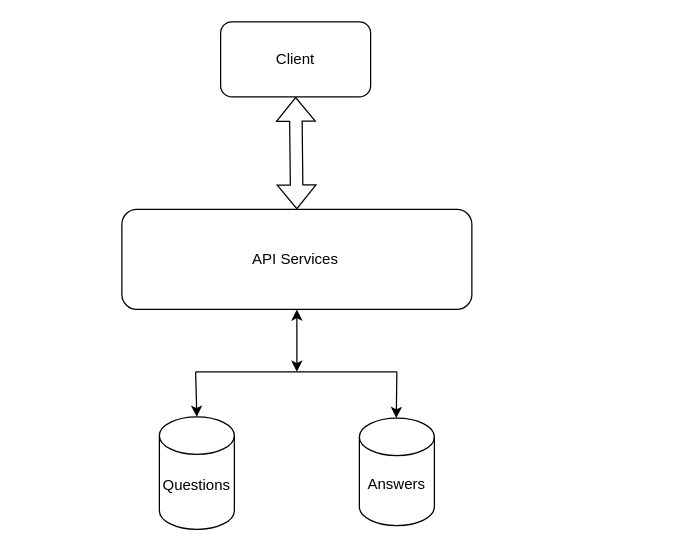
Earlier version of the draw.io diagram CollabaraShare.drawio (RanjithAruchamy/CollabaraShare). Source tidied: cells renumbered, new cells numbered last; positions are measured from the earlier drawing's top-left corner, leaving out a move shared by most shapes. Both pictures are drawn from the tidied source at 125%, with x=0, y=0 at pixel (121, 21).
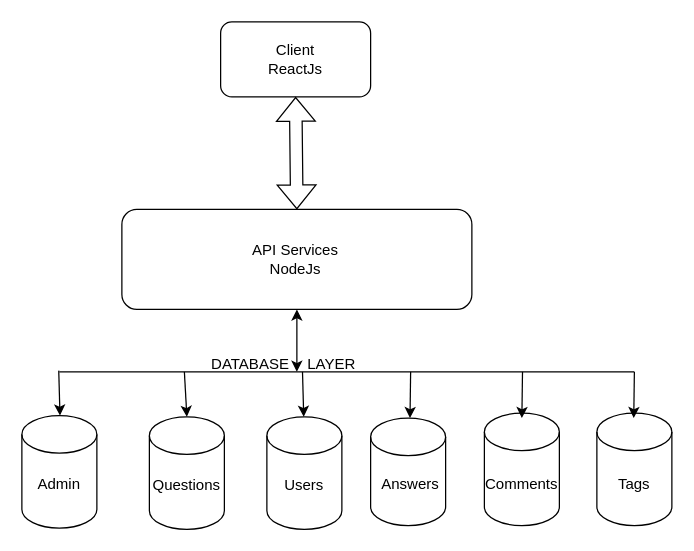
Above is the later version.

The edit, as a diff of the source:
```diff
@@
     <mxCell id="2" style="shape=cylinder3;whiteSpace=wrap;html=1;boundedLbl=1;backgroundOutline=1;size=15;" parent="1" vertex="1">
-      <mxGeometry x="30" y="316" width="60" height="90" as="geometry" />
+      <mxGeometry x="22" y="316" width="60" height="90" as="geometry" />
     </mxCell>
     <mxCell id="3" value="Questions" style="text;html=1;strokeColor=none;fillColor=none;align=center;verticalAlign=middle;whiteSpace=wrap;rounded=0;" parent="1" vertex="1">
-      <mxGeometry x="30" y="356" width="60" height="30" as="geometry" />
+      <mxGeometry x="22" y="356" width="60" height="30" as="geometry" />
     </mxCell>
     <mxCell id="4" style="shape=cylinder3;whiteSpace=wrap;html=1;boundedLbl=1;backgroundOutline=1;size=15;" parent="1" vertex="1">
-      <mxGeometry x="190" y="317" width="60" height="86" as="geometry" />
+      <mxGeometry x="199" y="317" width="60" height="86" as="geometry" />
     </mxCell>
     <mxCell id="5" value="Answers" style="text;html=1;strokeColor=none;fillColor=none;align=center;verticalAlign=middle;whiteSpace=wrap;rounded=0;" parent="1" vertex="1">
-      <mxGeometry x="190" y="355" width="60" height="30" as="geometry" />
+      <mxGeometry x="201" y="355" width="60" height="30" as="geometry" />
     </mxCell>
@@
-    <mxCell id="7" value="API Services" style="text;html=1;strokeColor=none;fillColor=none;align=center;verticalAlign=middle;whiteSpace=wrap;rounded=0;" parent="1" vertex="1">
+    <mxCell id="7" value="API Services&lt;br&gt;NodeJs" style="text;html=1;strokeColor=none;fillColor=none;align=center;verticalAlign=middle;whiteSpace=wrap;rounded=0;" parent="1" vertex="1">
       <mxGeometry x="69" y="175" width="140" height="30" as="geometry" />
     </mxCell>
@@
-    <mxCell id="9" value="Client" style="text;html=1;strokeColor=none;fillColor=none;align=center;verticalAlign=middle;whiteSpace=wrap;rounded=0;" parent="1" vertex="1">
+    <mxCell id="9" value="Client&lt;br&gt;ReactJs" style="text;html=1;strokeColor=none;fillColor=none;align=center;verticalAlign=middle;whiteSpace=wrap;rounded=0;" parent="1" vertex="1">
       <mxGeometry x="109" y="15" width="60" height="30" as="geometry" />
     </mxCell>
@@
     <mxCell id="11" style="endArrow=none;html=1;rounded=0;" parent="1" edge="1">
       <mxGeometry relative="1" as="geometry">
-        <mxPoint x="59" y="280" as="sourcePoint" />
-        <mxPoint x="220" y="280" as="targetPoint" />
+        <mxPoint x="-50" y="280" as="sourcePoint" />
+        <mxPoint x="410" y="280" as="targetPoint" />
       </mxGeometry>
     </mxCell>
     <mxCell id="12" style="endArrow=classic;html=1;rounded=0;entryX=0.5;entryY=0;entryDx=0;entryDy=0;entryPerimeter=0;" parent="1" edge="1" target="2">
       <mxGeometry relative="1" as="geometry">
-        <mxPoint x="59" y="280" as="sourcePoint" />
+        <mxPoint x="50" y="280" as="sourcePoint" />
       </mxGeometry>
     </mxCell>
     <mxCell id="13" style="endArrow=classic;html=1;rounded=0;entryX=0.5;entryY=0;entryDx=0;entryDy=0;entryPerimeter=0;" parent="1" edge="1">
       <mxGeometry relative="1" as="geometry">
-        <mxPoint x="220" y="280" as="sourcePoint" />
-        <mxPoint x="219.5" y="317" as="targetPoint" />
+        <mxPoint x="231" y="280" as="sourcePoint" />
+        <mxPoint x="230.5" y="317" as="targetPoint" />
       </mxGeometry>
     </mxCell>
@@
+    <mxCell id="15" style="shape=cylinder3;whiteSpace=wrap;html=1;boundedLbl=1;backgroundOutline=1;size=15;" parent="1" vertex="1">
+      <mxGeometry x="116" y="316" width="60" height="90" as="geometry" />
+    </mxCell>
+    <mxCell id="16" style="shape=cylinder3;whiteSpace=wrap;html=1;boundedLbl=1;backgroundOutline=1;size=15;" parent="1" vertex="1">
+      <mxGeometry x="-80" y="315" width="60" height="90" as="geometry" />
+    </mxCell>
+    <mxCell id="17" style="shape=cylinder3;whiteSpace=wrap;html=1;boundedLbl=1;backgroundOutline=1;size=15;" parent="1" vertex="1">
+      <mxGeometry x="380" y="313" width="60" height="90" as="geometry" />
+    </mxCell>
+    <mxCell id="18" style="shape=cylinder3;whiteSpace=wrap;html=1;boundedLbl=1;backgroundOutline=1;size=15;" parent="1" vertex="1">
+      <mxGeometry x="290" y="313" width="60" height="90" as="geometry" />
+    </mxCell>
+    <mxCell id="19" style="endArrow=classic;html=1;rounded=0;entryX=0.5;entryY=0;entryDx=0;entryDy=0;entryPerimeter=0;" parent="1" edge="1">
+      <mxGeometry relative="1" as="geometry">
+        <mxPoint x="410" y="280" as="sourcePoint" />
+        <mxPoint x="409.5" y="317" as="targetPoint" />
+      </mxGeometry>
+    </mxCell>
+    <mxCell id="20" style="endArrow=classic;html=1;rounded=0;entryX=0.5;entryY=0;entryDx=0;entryDy=0;entryPerimeter=0;" parent="1" edge="1">
+      <mxGeometry relative="1" as="geometry">
+        <mxPoint x="320.5" y="280" as="sourcePoint" />
+        <mxPoint x="320" y="317" as="targetPoint" />
+      </mxGeometry>
+    </mxCell>
+    <mxCell id="21" style="endArrow=classic;html=1;rounded=0;entryX=0.5;entryY=0;entryDx=0;entryDy=0;entryPerimeter=0;" parent="1" edge="1">
+      <mxGeometry relative="1" as="geometry">
+        <mxPoint x="144.5" y="280" as="sourcePoint" />
+        <mxPoint x="145.5" y="316" as="targetPoint" />
+      </mxGeometry>
+    </mxCell>
+    <mxCell id="22" style="endArrow=classic;html=1;rounded=0;entryX=0.5;entryY=0;entryDx=0;entryDy=0;entryPerimeter=0;" parent="1" edge="1">
+      <mxGeometry relative="1" as="geometry">
+        <mxPoint x="-50.5" y="279" as="sourcePoint" />
+        <mxPoint x="-49.5" y="315" as="targetPoint" />
+      </mxGeometry>
+    </mxCell>
+    <mxCell id="23" value="Admin" style="text;html=1;strokeColor=none;fillColor=none;align=center;verticalAlign=middle;whiteSpace=wrap;rounded=0;" parent="1" vertex="1">
+      <mxGeometry x="-80" y="355" width="60" height="30" as="geometry" />
+    </mxCell>
+    <mxCell id="24" value="Users" style="text;html=1;strokeColor=none;fillColor=none;align=center;verticalAlign=middle;whiteSpace=wrap;rounded=0;" parent="1" vertex="1">
+      <mxGeometry x="116" y="356" width="60" height="30" as="geometry" />
+    </mxCell>
+    <mxCell id="25" value="Comments" style="text;html=1;strokeColor=none;fillColor=none;align=center;verticalAlign=middle;whiteSpace=wrap;rounded=0;" parent="1" vertex="1">
+      <mxGeometry x="290" y="355" width="60" height="30" as="geometry" />
+    </mxCell>
+    <mxCell id="26" value="Tags" style="text;html=1;strokeColor=none;fillColor=none;align=center;verticalAlign=middle;whiteSpace=wrap;rounded=0;" parent="1" vertex="1">
+      <mxGeometry x="380" y="355" width="60" height="30" as="geometry" />
+    </mxCell>
+    <mxCell id="27" value="DATABASE" style="text;html=1;strokeColor=none;fillColor=none;align=center;verticalAlign=middle;whiteSpace=wrap;rounded=0;" parent="1" vertex="1">
+      <mxGeometry x="73" y="259" width="60" height="30" as="geometry" />
+    </mxCell>
+    <mxCell id="28" value="LAYER" style="text;html=1;strokeColor=none;fillColor=none;align=center;verticalAlign=middle;whiteSpace=wrap;rounded=0;" parent="1" vertex="1">
+      <mxGeometry x="138" y="259" width="60" height="30" as="geometry" />
+    </mxCell>
```
